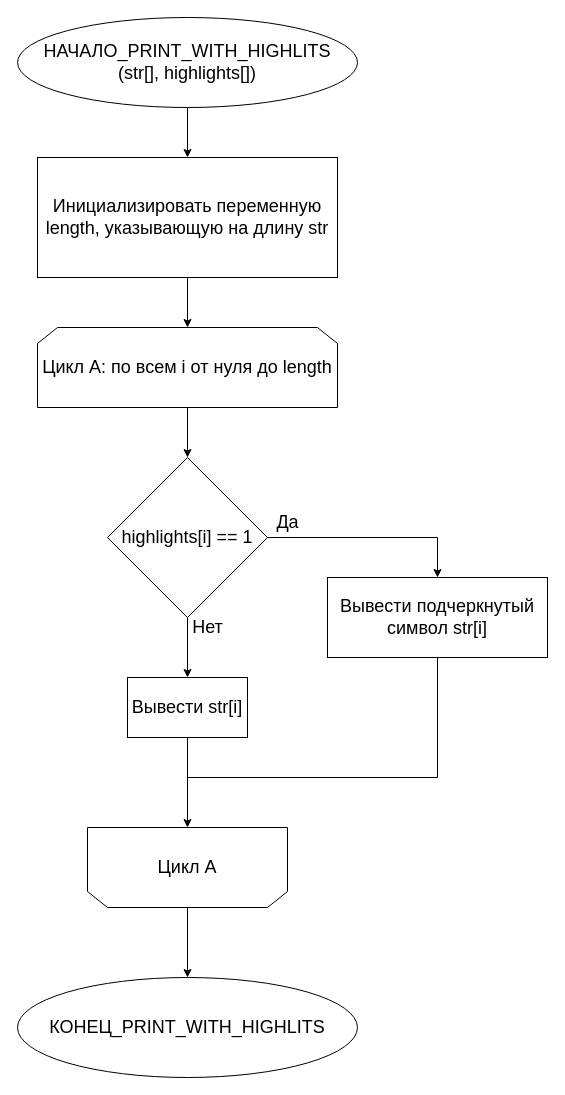
Earlier version of the draw.io diagram lr3.2/text/print_with_highlits.drawio (eldarbr/silver-funicular). Source tidied: cells renumbered, new cells numbered last; positions are measured from the earlier drawing's top-left corner, leaving out a move shared by most shapes. Both pictures are drawn from the tidied source at 100%, with x=0, y=0 at pixel (17, 17).
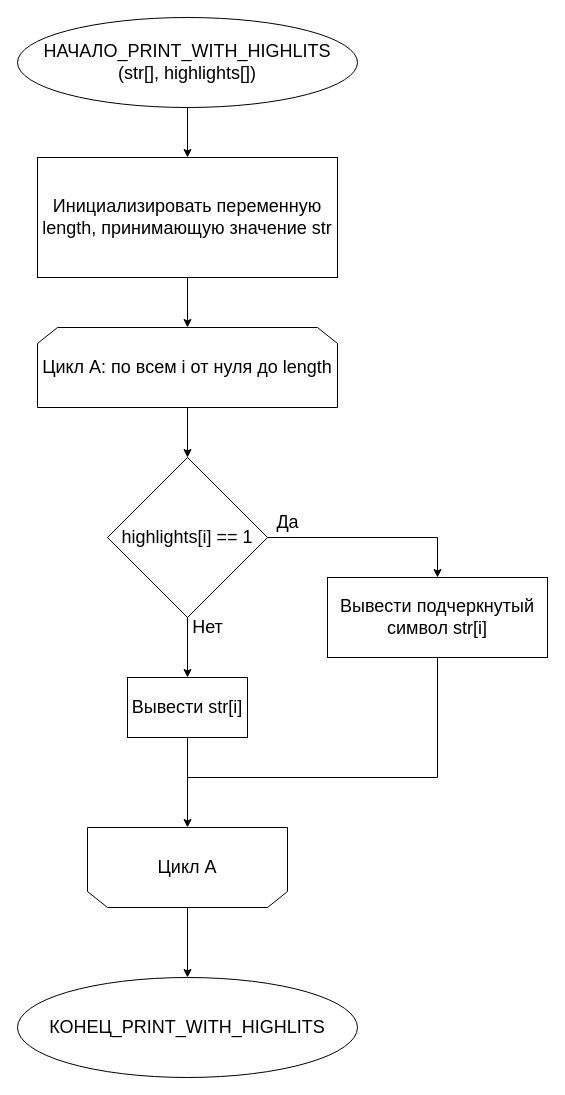
Above is the later version.

What changed in the source:
```diff
@@
-    <mxCell id="5" value="Инициализировать переменную length, указывающую на длину str" style="whiteSpace=wrap;html=1;fontSize=18;" parent="1" vertex="1">
+    <mxCell id="5" value="Инициализировать переменную length, принимающую значение str" style="whiteSpace=wrap;html=1;fontSize=18;" parent="1" vertex="1">
       <mxGeometry x="20" y="140" width="300" height="120" as="geometry" />
     </mxCell>
```
